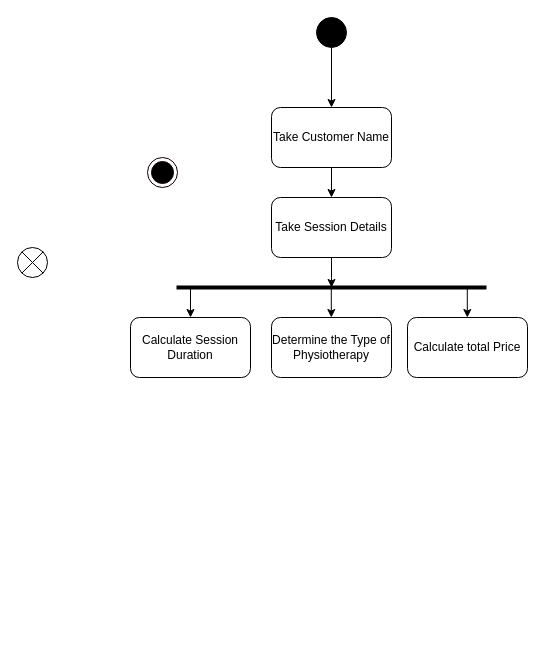
Earlier version of the draw.io diagram ISWE Activity Diagram Grp Assg.drawio (JussSelenite/JussSelenite). Source tidied: cells renumbered, new cells numbered last; positions are measured from the earlier drawing's top-left corner, leaving out a move shared by most shapes. Both pictures are drawn from the tidied source at 100%, with x=0, y=0 at pixel (17, 17).
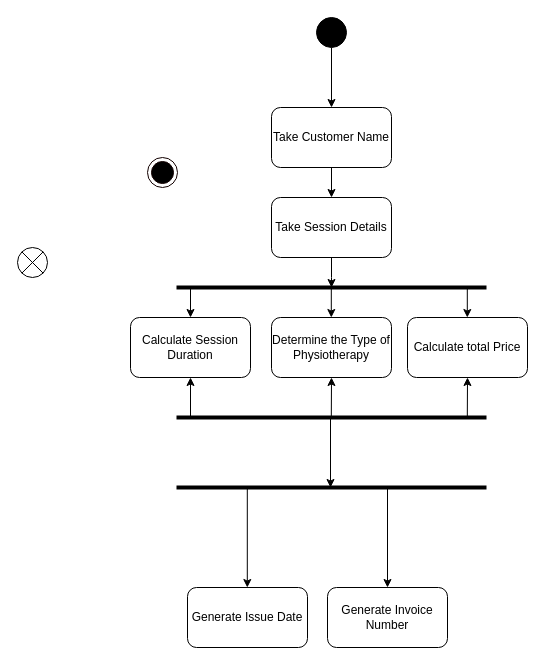
The same diagram, later.

The change refers to these unchanged cells:
```xml
<mxCell id="10" value="Calculate Session Duration" style="rounded=1;whiteSpace=wrap;html=1;" parent="1" vertex="1">
  <mxGeometry x="113" y="300" width="120" height="60" as="geometry" />
</mxCell>
<mxCell id="11" value="Determine the Type of Physiotherapy" style="rounded=1;whiteSpace=wrap;html=1;" parent="1" vertex="1">
  <mxGeometry x="254" y="300" width="120" height="60" as="geometry" />
</mxCell>
<mxCell id="12" value="Calculate total Price" style="rounded=1;whiteSpace=wrap;html=1;" parent="1" vertex="1">
  <mxGeometry x="390" y="300" width="120" height="60" as="geometry" />
</mxCell>
```

The edit, as a diff of the source:
```diff
@@
+    <mxCell id="17" value="Generate Issue Date" style="rounded=1;whiteSpace=wrap;html=1;" parent="1" vertex="1">
+      <mxGeometry x="170" y="570" width="120" height="60" as="geometry" />
+    </mxCell>
+    <mxCell id="18" value="Generate Invoice Number" style="rounded=1;whiteSpace=wrap;html=1;" parent="1" vertex="1">
+      <mxGeometry x="310" y="570" width="120" height="60" as="geometry" />
+    </mxCell>
+    <mxCell id="19" style="endArrow=none;html=1;rounded=0;strokeWidth=4;" parent="1" edge="1">
+      <mxGeometry relative="1" as="geometry">
+        <mxPoint x="159" y="400" as="sourcePoint" />
+        <mxPoint x="469" y="400" as="targetPoint" />
+      </mxGeometry>
+    </mxCell>
+    <mxCell id="20" style="endArrow=classic;html=1;rounded=0;entryX=0.5;entryY=1;entryDx=0;entryDy=0;" parent="1" edge="1" target="11">
+      <mxGeometry relative="1" as="geometry">
+        <mxPoint x="313.8" y="400" as="sourcePoint" />
+      </mxGeometry>
+    </mxCell>
+    <mxCell id="21" style="endArrow=classic;html=1;rounded=0;entryX=0.5;entryY=1;entryDx=0;entryDy=0;" parent="1" edge="1" target="10">
+      <mxGeometry relative="1" as="geometry">
+        <mxPoint x="173" y="400" as="sourcePoint" />
+      </mxGeometry>
+    </mxCell>
+    <mxCell id="22" style="endArrow=classic;html=1;rounded=0;entryX=0.5;entryY=1;entryDx=0;entryDy=0;" parent="1" edge="1" target="12">
+      <mxGeometry relative="1" as="geometry">
+        <mxPoint x="449.8" y="400" as="sourcePoint" />
+      </mxGeometry>
+    </mxCell>
+    <mxCell id="23" style="endArrow=none;html=1;rounded=0;strokeWidth=4;" parent="1" edge="1">
+      <mxGeometry relative="1" as="geometry">
+        <mxPoint x="159" y="470" as="sourcePoint" />
+        <mxPoint x="469" y="470" as="targetPoint" />
+      </mxGeometry>
+    </mxCell>
+    <mxCell id="24" style="edgeStyle=orthogonalEdgeStyle;rounded=0;orthogonalLoop=1;jettySize=auto;html=1;" parent="1" edge="1">
+      <mxGeometry relative="1" as="geometry">
+        <mxPoint x="313" y="400" as="sourcePoint" />
+        <mxPoint x="313" y="470" as="targetPoint" />
+      </mxGeometry>
+    </mxCell>
+    <mxCell id="25" style="endArrow=classic;html=1;rounded=0;entryX=0.5;entryY=0;entryDx=0;entryDy=0;" parent="1" edge="1" target="18">
+      <mxGeometry relative="1" as="geometry">
+        <mxPoint x="370" y="470" as="sourcePoint" />
+      </mxGeometry>
+    </mxCell>
+    <mxCell id="26" style="endArrow=classic;html=1;rounded=0;entryX=0.5;entryY=0;entryDx=0;entryDy=0;" parent="1" edge="1">
+      <mxGeometry relative="1" as="geometry">
+        <mxPoint x="229.8" y="470" as="sourcePoint" />
+        <mxPoint x="229.8" y="570" as="targetPoint" />
+      </mxGeometry>
+    </mxCell>
```
